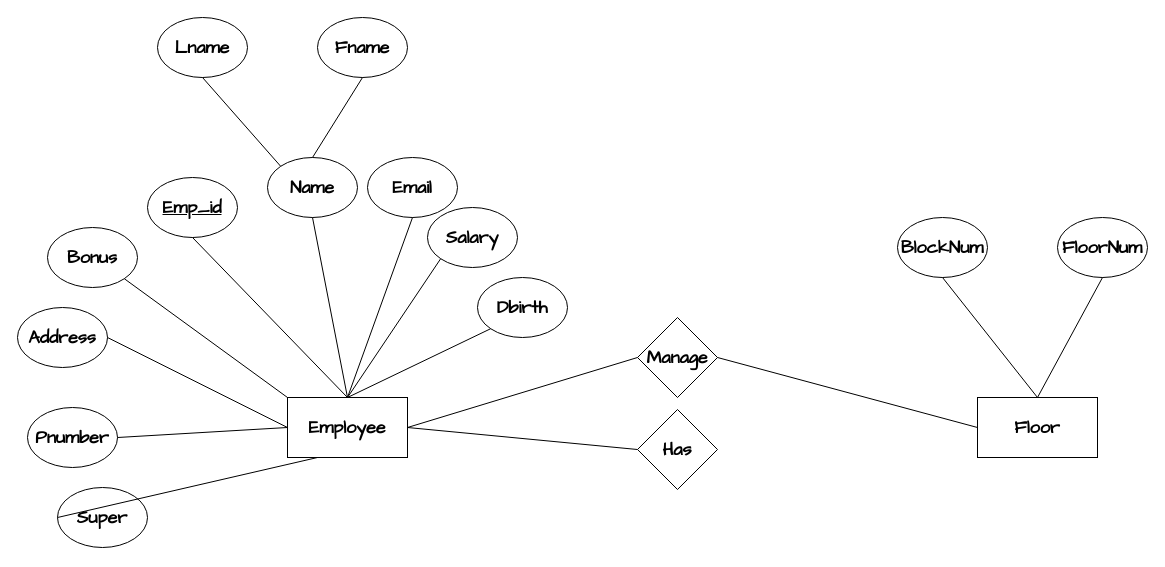
Earlier version of the draw.io diagram Erd6.drawio (you22ef/ERDs). Source tidied: cells renumbered, new cells numbered last; positions are measured from the earlier drawing's top-left corner, leaving out a move shared by most shapes. Both pictures are drawn from the tidied source at 100%, with x=0, y=0 at pixel (17, 17).
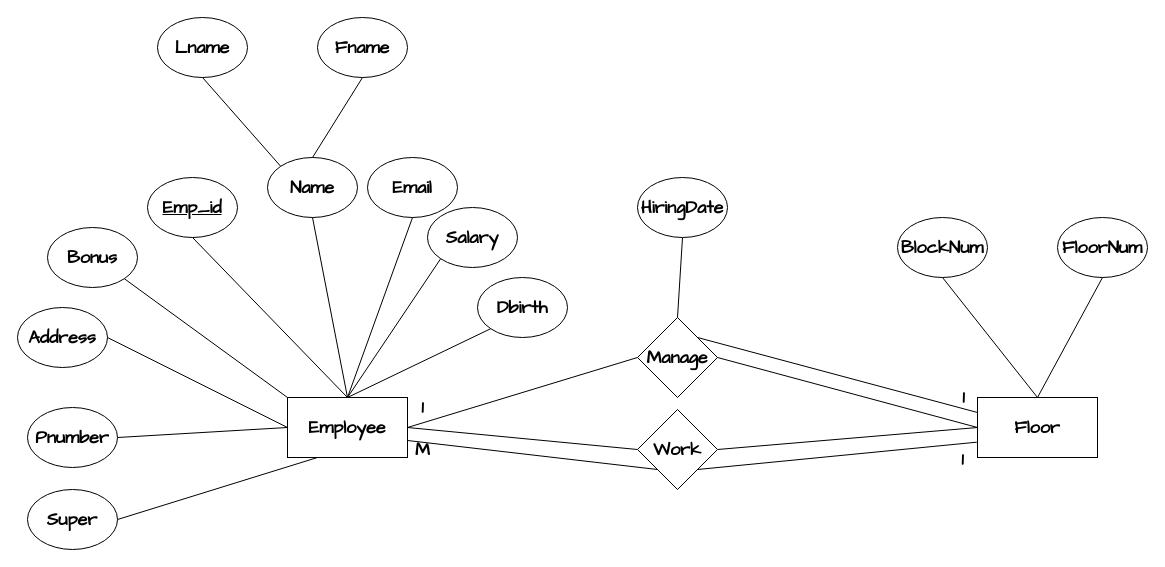
The same page after the edit.

Unchanged cells that the change refers to:
```xml
<mxCell id="2" value="&lt;font face=&quot;Architects Daughter&quot; style=&quot;font-size: 18px;&quot;&gt;&lt;b&gt;Employee&lt;/b&gt;&lt;/font&gt;" style="rounded=0;whiteSpace=wrap;html=1;" parent="1" vertex="1">
  <mxGeometry x="270" y="380" width="120" height="60" as="geometry" />
</mxCell>
<mxCell id="25" value="&lt;font face=&quot;Architects Daughter&quot; style=&quot;font-size: 18px;&quot;&gt;&lt;b&gt;Floor&lt;/b&gt;&lt;/font&gt;" style="rounded=0;whiteSpace=wrap;html=1;" parent="1" vertex="1">
  <mxGeometry x="960" y="380" width="120" height="60" as="geometry" />
</mxCell>
<mxCell id="30" value="&lt;b style=&quot;font-family: &amp;quot;Architects Daughter&amp;quot;; font-size: 18px;&quot;&gt;Manage&lt;/b&gt;" style="rhombus;whiteSpace=wrap;html=1;" parent="1" vertex="1">
  <mxGeometry x="620" y="300" width="80" height="80" as="geometry" />
</mxCell>
```

Diff of the diagram source:
```diff
@@
     <mxCell id="23" value="&lt;font face=&quot;Architects Daughter&quot; style=&quot;font-size: 18px;&quot;&gt;&lt;b&gt;Super&lt;/b&gt;&lt;/font&gt;" style="ellipse;whiteSpace=wrap;html=1;" parent="1" vertex="1">
-      <mxGeometry x="40" y="470" width="90" height="60" as="geometry" />
+      <mxGeometry x="10" y="472" width="90" height="60" as="geometry" />
     </mxCell>
-    <mxCell id="24" style="endArrow=none;html=1;rounded=0;entryX=0;entryY=0.5;entryDx=0;entryDy=0;exitX=0.25;exitY=1;exitDx=0;exitDy=0;" parent="1" edge="1" source="2" target="23">
+    <mxCell id="24" style="endArrow=none;html=1;rounded=0;entryX=1;entryY=0.5;entryDx=0;entryDy=0;exitX=0.25;exitY=1;exitDx=0;exitDy=0;" parent="1" edge="1" source="2" target="23">
       <mxGeometry relative="1" as="geometry" />
     </mxCell>
@@
-    <mxCell id="33" value="&lt;font face=&quot;Architects Daughter&quot;&gt;&lt;span style=&quot;font-size: 18px;&quot;&gt;&lt;b&gt;Has&lt;/b&gt;&lt;/span&gt;&lt;/font&gt;" style="rhombus;whiteSpace=wrap;html=1;" parent="1" vertex="1">
+    <mxCell id="33" value="&lt;font face=&quot;Architects Daughter&quot;&gt;&lt;span style=&quot;font-size: 18px;&quot;&gt;&lt;b&gt;Work&lt;/b&gt;&lt;/span&gt;&lt;/font&gt;" style="rhombus;whiteSpace=wrap;html=1;" parent="1" vertex="1">
       <mxGeometry x="620" y="392" width="80" height="80" as="geometry" />
     </mxCell>
@@
+    <mxCell id="35" style="endArrow=none;html=1;rounded=0;entryX=0;entryY=0.5;entryDx=0;entryDy=0;exitX=1;exitY=0.5;exitDx=0;exitDy=0;" parent="1" edge="1" source="33" target="25">
+      <mxGeometry relative="1" as="geometry" />
+    </mxCell>
+    <mxCell id="36" style="endArrow=none;html=1;rounded=0;entryX=0;entryY=0.25;entryDx=0;entryDy=0;exitX=1;exitY=0;exitDx=0;exitDy=0;" parent="1" edge="1" source="30" target="25">
+      <mxGeometry relative="1" as="geometry" />
+    </mxCell>
+    <mxCell id="37" value="&lt;font style=&quot;font-size: 18px;&quot; face=&quot;Architects Daughter&quot;&gt;&lt;b&gt;1&lt;/b&gt;&lt;/font&gt;" style="text;html=1;align=center;verticalAlign=middle;strokeColor=none;fillColor=none;" parent="1" vertex="1">
+      <mxGeometry x="390" y="370" width="30" height="40" as="geometry" />
+    </mxCell>
+    <mxCell id="38" value="&lt;font style=&quot;font-size: 18px;&quot; face=&quot;Architects Daughter&quot;&gt;&lt;b&gt;1&lt;/b&gt;&lt;/font&gt;" style="text;html=1;align=center;verticalAlign=middle;strokeColor=none;fillColor=none;" parent="1" vertex="1">
+      <mxGeometry x="931" y="360" width="30" height="40" as="geometry" />
+    </mxCell>
+    <mxCell id="39" value="&lt;font style=&quot;font-size: 18px;&quot; face=&quot;Architects Daughter&quot;&gt;&lt;b&gt;1&lt;/b&gt;&lt;/font&gt;" style="text;html=1;align=center;verticalAlign=middle;points=[];strokeColor=none;fillColor=none;" parent="1" vertex="1">
+      <mxGeometry x="930" y="422" width="30" height="40" as="geometry" />
+    </mxCell>
+    <mxCell id="40" value="&lt;font style=&quot;font-size: 18px;&quot; face=&quot;Architects Daughter&quot;&gt;&lt;b&gt;M&lt;/b&gt;&lt;/font&gt;" style="text;html=1;align=center;verticalAlign=middle;points=[];strokeColor=none;fillColor=none;" parent="1" vertex="1">
+      <mxGeometry x="385" y="412" width="40" height="40" as="geometry" />
+    </mxCell>
+    <mxCell id="41" style="endArrow=none;html=1;rounded=0;entryX=0.977;entryY=0.067;entryDx=0;entryDy=0;exitX=1;exitY=1;exitDx=0;exitDy=0;entryPerimeter=0;" parent="1" edge="1" source="33" target="39">
+      <mxGeometry relative="1" as="geometry" />
+    </mxCell>
+    <mxCell id="42" style="endArrow=none;html=1;rounded=0;exitX=0.126;exitY=0.275;exitDx=0;exitDy=0;exitPerimeter=0;entryX=0;entryY=1;entryDx=0;entryDy=0;" parent="1" edge="1" source="40" target="33">
+      <mxGeometry relative="1" as="geometry" />
+    </mxCell>
+    <mxCell id="43" style="endArrow=none;html=1;rounded=0;entryX=0.5;entryY=0;entryDx=0;entryDy=0;exitX=0.5;exitY=1;exitDx=0;exitDy=0;" parent="1" edge="1" source="44" target="30">
+      <mxGeometry relative="1" as="geometry" />
+    </mxCell>
+    <mxCell id="44" value="&lt;font face=&quot;Architects Daughter&quot; style=&quot;font-size: 18px;&quot;&gt;&lt;b&gt;HiringDate&lt;/b&gt;&lt;/font&gt;" style="ellipse;whiteSpace=wrap;html=1;" parent="1" vertex="1">
+      <mxGeometry x="620" y="160" width="90" height="60" as="geometry" />
+    </mxCell>
```
